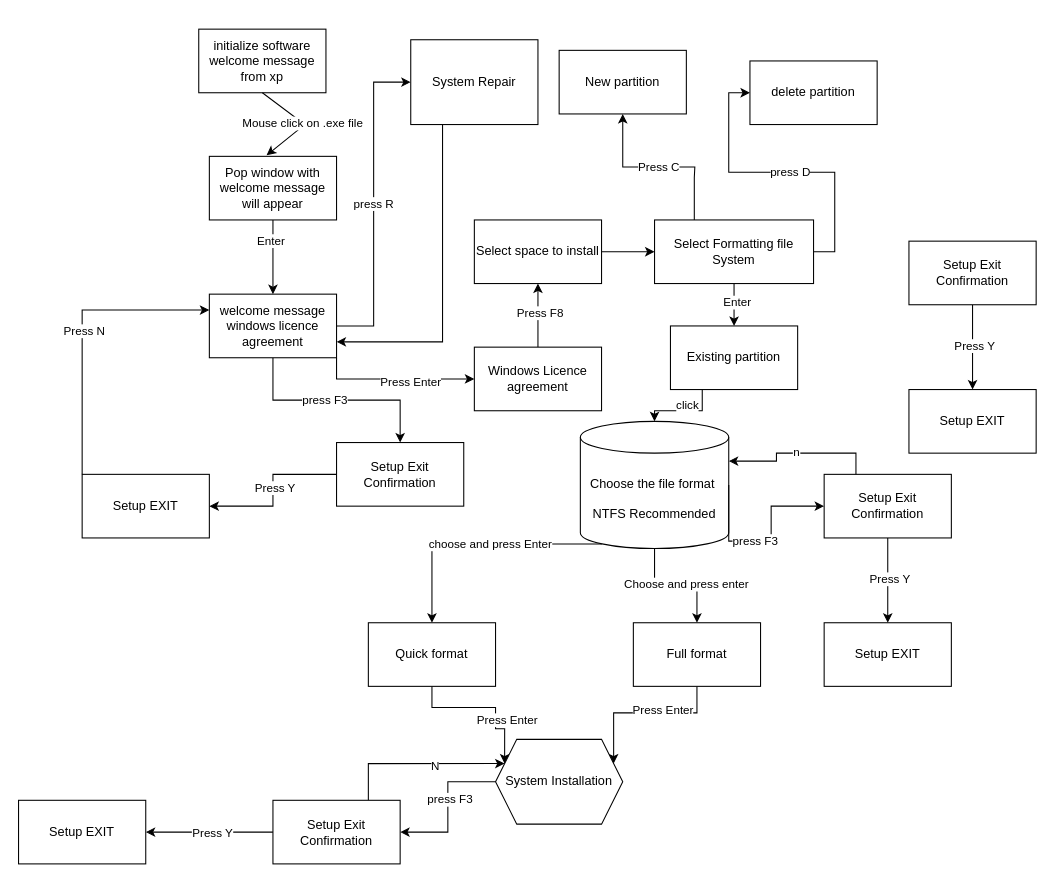
Before: Untitled Diagram.drawio in INDIGOMOOD225/Diagrams, a draw.io diagram. Source tidied: cells renumbered, new cells numbered last; positions are measured from the earlier drawing's top-left corner, leaving out a move shared by most shapes. Both pictures are drawn from the tidied source at 106%, with x=0, y=0 at pixel (18, 29).
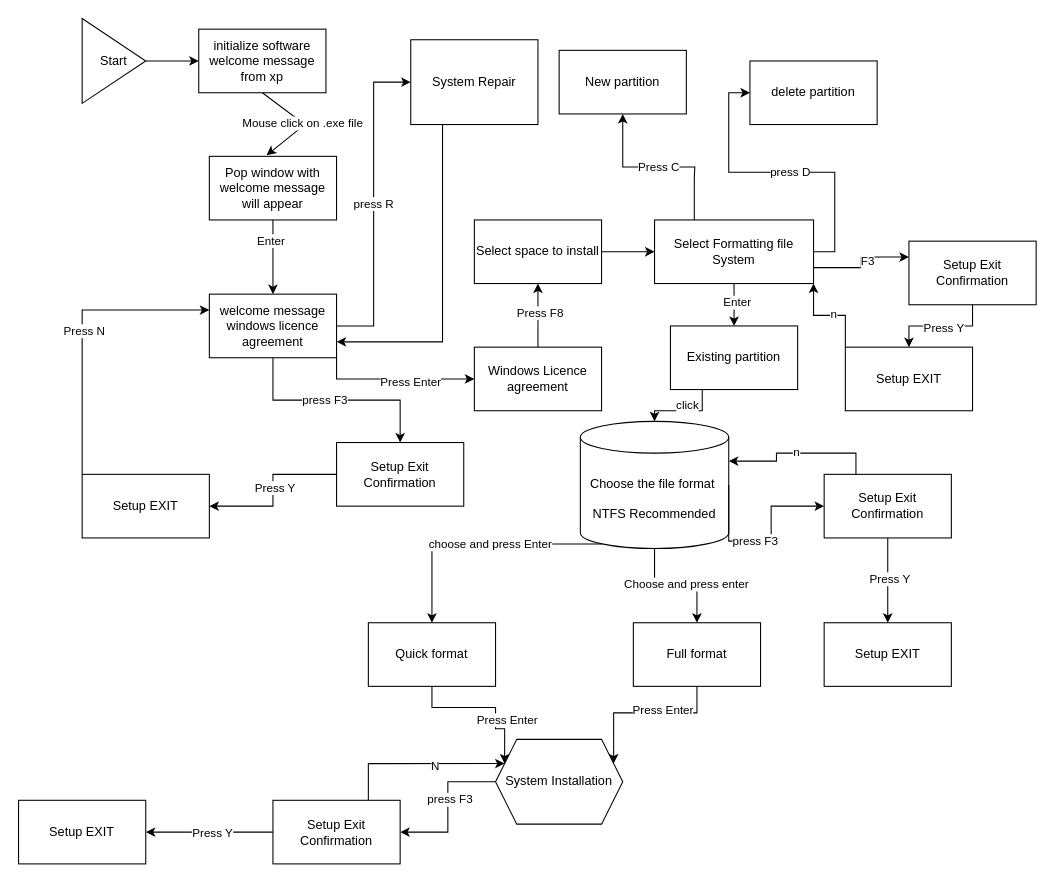
The same page after the edit.

Unchanged cells that the change refers to:
```xml
<mxCell id="2" value="initialize software&lt;br&gt;welcome message from xp" style="rounded=0;whiteSpace=wrap;html=1;" parent="1" vertex="1">
  <mxGeometry x="170" width="120" height="60" as="geometry" />
</mxCell>
<mxCell id="31" value="Select Formatting file System" style="rounded=0;whiteSpace=wrap;html=1;" parent="1" vertex="1">
  <mxGeometry x="600" y="180" width="150" height="60" as="geometry" />
</mxCell>
<mxCell id="68" value="Setup Exit Confirmation" style="whiteSpace=wrap;html=1;rounded=0;" parent="1" vertex="1">
  <mxGeometry x="840" y="200" width="120" height="60" as="geometry" />
</mxCell>
```

Diff of the diagram source:
```diff
@@
+    <mxCell id="70" style="edgeStyle=orthogonalEdgeStyle;rounded=0;jettySize=auto;html=1;exitX=1;exitY=0.75;exitDx=0;exitDy=0;entryX=0;entryY=0.25;entryDx=0;entryDy=0;" parent="1" edge="1" source="31" target="68">
+      <mxGeometry relative="1" as="geometry" />
+    </mxCell>
+    <mxCell id="71" value="F3" style="edgeLabel;html=1;align=center;verticalAlign=middle;" parent="70" vertex="1">
+      <mxGeometry x="0.2" y="-3" relative="1" as="geometry" />
+    </mxCell>
@@
+    <mxCell id="72" style="edgeStyle=orthogonalEdgeStyle;rounded=0;jettySize=auto;html=1;exitX=0;exitY=0;exitDx=0;exitDy=0;entryX=1;entryY=1;entryDx=0;entryDy=0;" parent="1" edge="1" source="69" target="31">
+      <mxGeometry relative="1" as="geometry" />
+    </mxCell>
+    <mxCell id="73" value="n" style="edgeLabel;html=1;align=center;verticalAlign=middle;" parent="72" vertex="1">
+      <mxGeometry x="-0.07" y="-2" relative="1" as="geometry" />
+    </mxCell>
     <mxCell id="69" value="Setup EXIT" style="whiteSpace=wrap;html=1;rounded=0;" parent="1" vertex="1">
-      <mxGeometry x="840" y="340" width="120" height="60" as="geometry" />
+      <mxGeometry x="780" y="300" width="120" height="60" as="geometry" />
     </mxCell>
+    <mxCell id="74" style="edgeStyle=orthogonalEdgeStyle;rounded=0;jettySize=auto;html=1;exitX=1;exitY=0.5;exitDx=0;exitDy=0;entryX=0;entryY=0.5;entryDx=0;entryDy=0;" parent="1" edge="1" source="75" target="2">
+      <mxGeometry relative="1" as="geometry" />
+    </mxCell>
+    <mxCell id="75" value="Start" style="triangle;whiteSpace=wrap;html=1;" parent="1" vertex="1">
+      <mxGeometry x="60" y="-10" width="60" height="80" as="geometry" />
+    </mxCell>
```
